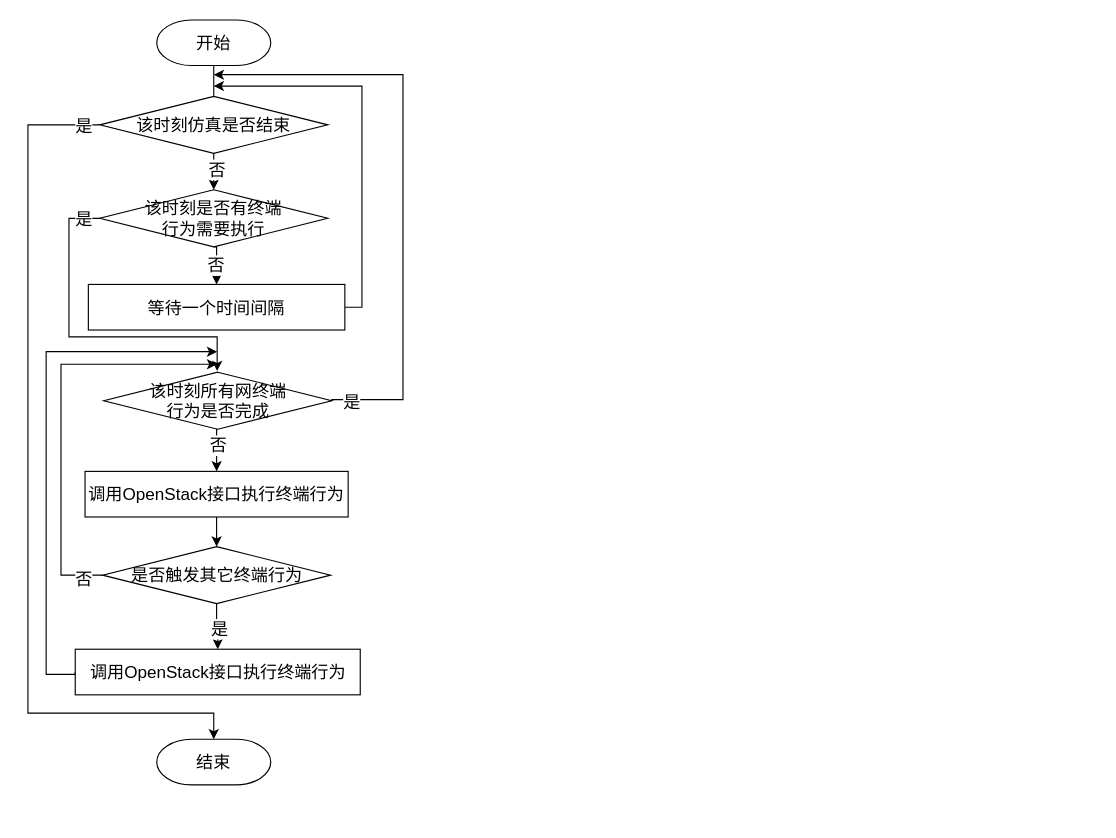
The draw.io diagram page "动态网络仿真总体流程" (1 of 7) of 网络控制技术_流程图.drawio in Icarus1994/neutron_conf, before the edit. Source tidied: cells renumbered, new cells numbered last; positions are measured from the earlier drawing's top-left corner, leaving out a move shared by most shapes. Both pictures are drawn from the tidied source at 114%, with x=0, y=0 at pixel (27, 19).
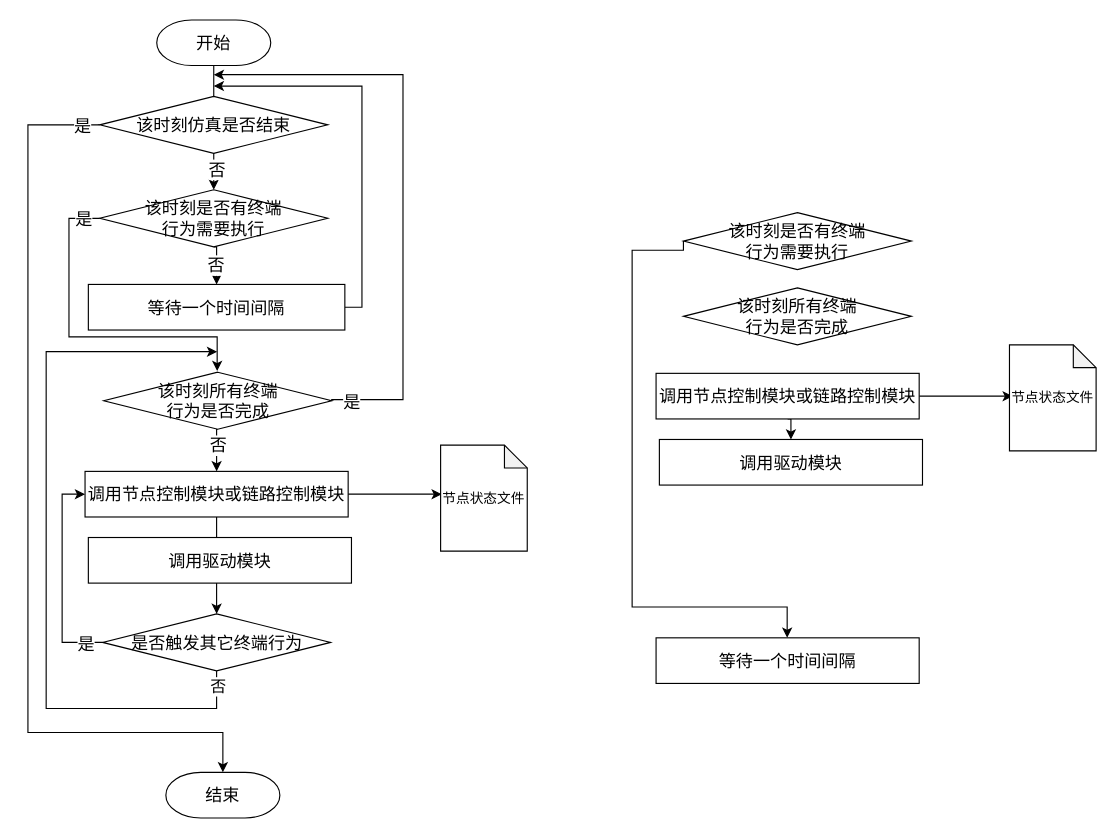
After the change.

Commit message:
Update 网络控制技术_流程图.drawio

Unchanged cells that the change refers to:
```xml
<mxCell id="14" value="&lt;span style=&quot;font-size: 15px&quot;&gt;该时刻仿真是否结束&lt;br style=&quot;font-size: 15px&quot;&gt;&lt;/span&gt;" style="strokeWidth=1;html=1;shape=mxgraph.flowchart.decision;whiteSpace=wrap;fontSize=15;" parent="1" vertex="1">
  <mxGeometry x="63" y="67" width="200" height="50" as="geometry" />
</mxCell>
```

Diff of the diagram source:
```diff
@@
-    <mxCell id="5" style="edgeStyle=orthogonalEdgeStyle;rounded=0;jettySize=auto;html=1;exitX=0.5;exitY=1;exitDx=0;exitDy=0;exitPerimeter=0;entryX=0.5;entryY=0;entryDx=0;entryDy=0;strokeWidth=1;fontSize=15;" parent="1" edge="1" source="9" target="11">
-      <mxGeometry relative="1" as="geometry" />
-    </mxCell>
-    <mxCell id="6" value="是" style="text;html=1;align=center;verticalAlign=middle;labelBackgroundColor=#ffffff;fontSize=15;" parent="5" vertex="1">
-      <mxGeometry x="0.05" y="1" relative="1" as="geometry" />
-    </mxCell>
-    <mxCell id="7" style="edgeStyle=orthogonalEdgeStyle;rounded=0;jettySize=auto;html=1;exitX=0;exitY=0.5;exitDx=0;exitDy=0;exitPerimeter=0;fontSize=15;" parent="1" edge="1" source="9">
+    <mxCell id="7" style="edgeStyle=orthogonalEdgeStyle;rounded=0;jettySize=auto;html=1;exitX=0;exitY=0.5;exitDx=0;exitDy=0;exitPerimeter=0;fontSize=15;entryX=0;entryY=0.5;entryDx=0;entryDy=0;" parent="1" edge="1" source="9" target="27">
       <mxGeometry relative="1" as="geometry">
-        <mxPoint x="166" y="302" as="targetPoint" />
         <Array as="points">
-          <mxPoint x="29" y="487" />
-          <mxPoint x="29" y="302" />
-          <mxPoint x="166" y="302" />
+          <mxPoint x="30" y="546" />
+          <mxPoint x="30" y="416" />
         </Array>
       </mxGeometry>
     </mxCell>
-    <mxCell id="8" value="否" style="edgeLabel;html=1;align=center;verticalAlign=middle;fontSize=15;" parent="7" vertex="1">
+    <mxCell id="8" value="是" style="edgeLabel;html=1;align=center;verticalAlign=middle;fontSize=15;" parent="7" vertex="1">
       <mxGeometry x="-0.9" y="2" relative="1" as="geometry">
-        <mxPoint x="1" as="offset" />
+        <mxPoint x="-6.4" y="-2" as="offset" />
       </mxGeometry>
     </mxCell>
     <mxCell id="9" value="&lt;span style=&quot;font-size: 15px&quot;&gt;是否触发其它终端行为&lt;br style=&quot;font-size: 15px&quot;&gt;&lt;/span&gt;" style="strokeWidth=1;html=1;shape=mxgraph.flowchart.decision;whiteSpace=wrap;fontSize=15;" parent="1" vertex="1">
-      <mxGeometry x="65.5" y="462" width="200" height="50" as="geometry" />
+      <mxGeometry x="65.5" y="521" width="200" height="50" as="geometry" />
     </mxCell>
-    <mxCell id="10" style="edgeStyle=orthogonalEdgeStyle;rounded=0;jettySize=auto;html=1;exitX=0;exitY=0.5;exitDx=0;exitDy=0;fontSize=15;" parent="1" edge="1" source="11">
+    <mxCell id="10" style="edgeStyle=orthogonalEdgeStyle;rounded=0;jettySize=auto;html=1;exitX=0.5;exitY=1;exitDx=0;exitDy=0;fontSize=15;exitPerimeter=0;" parent="1" edge="1" source="9">
       <mxGeometry relative="1" as="geometry">
         <mxPoint x="166" y="291" as="targetPoint" />
         <Array as="points">
-          <mxPoint x="42" y="574" />
-          <mxPoint x="16" y="574" />
+          <mxPoint x="166" y="604" />
+          <mxPoint x="16" y="604" />
           <mxPoint x="16" y="291" />
         </Array>
       </mxGeometry>
     </mxCell>
-    <mxCell id="11" value="&lt;font style=&quot;font-size: 15px&quot;&gt;调用OpenStack接口执行终端行为&lt;/font&gt;" style="rounded=0;whiteSpace=wrap;html=1;strokeWidth=1;fontSize=15;" parent="1" vertex="1">
-      <mxGeometry x="41.5" y="552" width="250" height="40" as="geometry" />
-    </mxCell>
+    <mxCell id="30" value="&lt;font style=&quot;font-size: 14px&quot;&gt;否&lt;/font&gt;" style="edgeLabel;html=1;align=center;verticalAlign=middle;" parent="10" vertex="1">
+      <mxGeometry x="-0.96" y="1" relative="1" as="geometry" />
+    </mxCell>
     <mxCell id="12" style="edgeStyle=orthogonalEdgeStyle;rounded=0;jettySize=auto;html=1;exitX=0;exitY=0.5;exitDx=0;exitDy=0;exitPerimeter=0;entryX=0.5;entryY=0;entryDx=0;entryDy=0;entryPerimeter=0;fontSize=15;" parent="1" edge="1" source="14" target="15">
       <mxGeometry relative="1" as="geometry">
         <Array as="points">
           <mxPoint y="92" />
-          <mxPoint y="608" />
-          <mxPoint x="163" y="608" />
+          <mxPoint y="625" />
+          <mxPoint x="171" y="625" />
         </Array>
       </mxGeometry>
     </mxCell>
@@
     <mxCell id="15" value="结束" style="strokeWidth=1;html=1;shape=mxgraph.flowchart.terminator;whiteSpace=wrap;fontSize=15;" parent="1" vertex="1">
-      <mxGeometry x="113" y="631" width="100" height="40" as="geometry" />
+      <mxGeometry x="121" y="660" width="100" height="40" as="geometry" />
     </mxCell>
@@
-    <mxCell id="20" value="&lt;span style=&quot;font-size: 15px&quot;&gt;该时刻所有网终端&lt;br&gt;行为是否完成&lt;br style=&quot;font-size: 15px&quot;&gt;&lt;/span&gt;" style="strokeWidth=1;html=1;shape=mxgraph.flowchart.decision;whiteSpace=wrap;fontSize=15;" parent="1" vertex="1">
+    <mxCell id="20" value="&lt;span style=&quot;font-size: 15px&quot;&gt;该时刻所有终端&lt;br&gt;行为是否完成&lt;br style=&quot;font-size: 15px&quot;&gt;&lt;/span&gt;" style="strokeWidth=1;html=1;shape=mxgraph.flowchart.decision;whiteSpace=wrap;fontSize=15;" parent="1" vertex="1">
       <mxGeometry x="66.5" y="309" width="200" height="50" as="geometry" />
     </mxCell>
@@
+    <mxCell id="31" style="edgeStyle=orthogonalEdgeStyle;rounded=0;jettySize=auto;html=1;exitX=1;exitY=0.5;exitDx=0;exitDy=0;entryX=0;entryY=0.25;entryDx=0;entryDy=0;" parent="1" edge="1" source="27">
+      <mxGeometry relative="1" as="geometry">
+        <mxPoint x="363" y="416" as="targetPoint" />
+      </mxGeometry>
+    </mxCell>
-    <mxCell id="27" value="&lt;font style=&quot;font-size: 15px&quot;&gt;调用OpenStack接口执行终端行为&lt;/font&gt;" style="rounded=0;whiteSpace=wrap;html=1;strokeWidth=1;fontSize=15;" parent="1" vertex="1">
+    <mxCell id="27" value="&lt;font style=&quot;font-size: 15px&quot;&gt;调用节点控制模块或链路控制模块&lt;/font&gt;" style="rounded=0;whiteSpace=wrap;html=1;strokeWidth=1;fontSize=15;" parent="1" vertex="1">
       <mxGeometry x="50.1" y="396" width="230.8" height="40" as="geometry" />
     </mxCell>
@@
+    <mxCell id="32" value="节点状态文件" style="shape=note;whiteSpace=wrap;html=1;backgroundOutline=1;darkOpacity=0.05;size=20;" parent="1" vertex="1">
+      <mxGeometry x="362" y="373" width="76" height="93" as="geometry" />
+    </mxCell>
+    <mxCell id="33" value="&lt;font style=&quot;font-size: 15px&quot;&gt;调用驱动模块&lt;/font&gt;" style="rounded=0;whiteSpace=wrap;html=1;strokeWidth=1;fontSize=15;" parent="1" vertex="1">
+      <mxGeometry x="53" y="454" width="230.8" height="40" as="geometry" />
+    </mxCell>
+    <mxCell id="34" style="edgeStyle=orthogonalEdgeStyle;rounded=0;jettySize=auto;html=1;exitX=0;exitY=0.5;exitDx=0;exitDy=0;exitPerimeter=0;" parent="1" edge="1" source="35" target="41">
+      <mxGeometry relative="1" as="geometry">
+        <Array as="points">
+          <mxPoint x="530" y="202" />
+          <mxPoint x="530" y="515" />
+          <mxPoint x="666" y="515" />
+        </Array>
+      </mxGeometry>
+    </mxCell>
+    <mxCell id="35" value="该时刻是否有终端&lt;br&gt;行为&lt;span style=&quot;font-size: 15px&quot;&gt;需要执行&lt;br style=&quot;font-size: 15px&quot;&gt;&lt;/span&gt;" style="strokeWidth=1;html=1;shape=mxgraph.flowchart.decision;whiteSpace=wrap;fontSize=15;" parent="1" vertex="1">
+      <mxGeometry x="575" y="169" width="200" height="50" as="geometry" />
+    </mxCell>
+    <mxCell id="36" style="edgeStyle=orthogonalEdgeStyle;rounded=0;jettySize=auto;html=1;exitX=1;exitY=0.5;exitDx=0;exitDy=0;entryX=0;entryY=0.25;entryDx=0;entryDy=0;" parent="1" edge="1" source="38">
+      <mxGeometry relative="1" as="geometry">
+        <mxPoint x="863.9" y="330" as="targetPoint" />
+      </mxGeometry>
+    </mxCell>
+    <mxCell id="37" style="edgeStyle=orthogonalEdgeStyle;rounded=0;jettySize=auto;html=1;exitX=0.5;exitY=1;exitDx=0;exitDy=0;entryX=0.5;entryY=0;entryDx=0;entryDy=0;" parent="1" edge="1" source="38" target="40">
+      <mxGeometry relative="1" as="geometry" />
+    </mxCell>
+    <mxCell id="38" value="&lt;font style=&quot;font-size: 15px&quot;&gt;调用节点控制模块或链路控制模块&lt;/font&gt;" style="rounded=0;whiteSpace=wrap;html=1;strokeWidth=1;fontSize=15;" parent="1" vertex="1">
+      <mxGeometry x="551" y="310" width="230.8" height="40" as="geometry" />
+    </mxCell>
+    <mxCell id="39" value="节点状态文件" style="shape=note;whiteSpace=wrap;html=1;backgroundOutline=1;darkOpacity=0.05;size=20;" parent="1" vertex="1">
+      <mxGeometry x="861" y="285" width="76" height="93" as="geometry" />
+    </mxCell>
+    <mxCell id="40" value="&lt;font style=&quot;font-size: 15px&quot;&gt;调用驱动模块&lt;/font&gt;" style="rounded=0;whiteSpace=wrap;html=1;strokeWidth=1;fontSize=15;" parent="1" vertex="1">
+      <mxGeometry x="553.9" y="368" width="230.8" height="40" as="geometry" />
+    </mxCell>
+    <mxCell id="41" value="&lt;font style=&quot;font-size: 15px&quot;&gt;等待一个时间间隔&lt;/font&gt;" style="rounded=0;whiteSpace=wrap;html=1;strokeWidth=1;fontSize=15;" parent="1" vertex="1">
+      <mxGeometry x="551" y="542" width="230.8" height="40" as="geometry" />
+    </mxCell>
+    <mxCell id="42" value="&lt;span style=&quot;font-size: 15px&quot;&gt;该时刻所有终端&lt;br&gt;行为是否完成&lt;br style=&quot;font-size: 15px&quot;&gt;&lt;/span&gt;" style="strokeWidth=1;html=1;shape=mxgraph.flowchart.decision;whiteSpace=wrap;fontSize=15;" parent="1" vertex="1">
+      <mxGeometry x="575" y="235" width="200" height="50" as="geometry" />
+    </mxCell>
```
